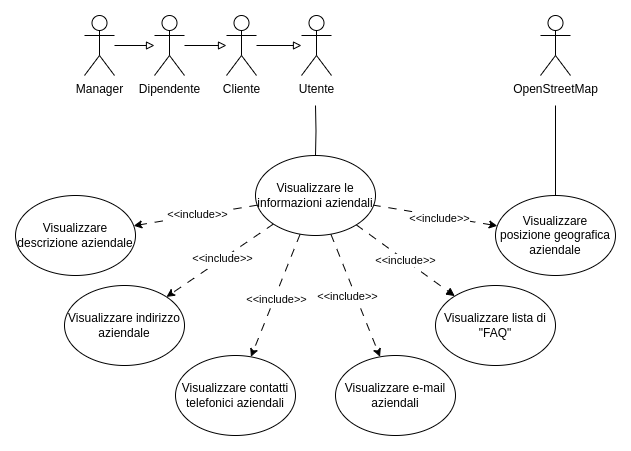
IS-FixMi/Documentation-Source keeps this draw.io diagram as second-deliverable/images/UCD/RF4_infocontatti_UCD.png. Above is the earlier version. Source tidied: cells renumbered, new cells last; positions are measured from the earlier drawing's top-left corner, leaving out a move shared by most shapes.
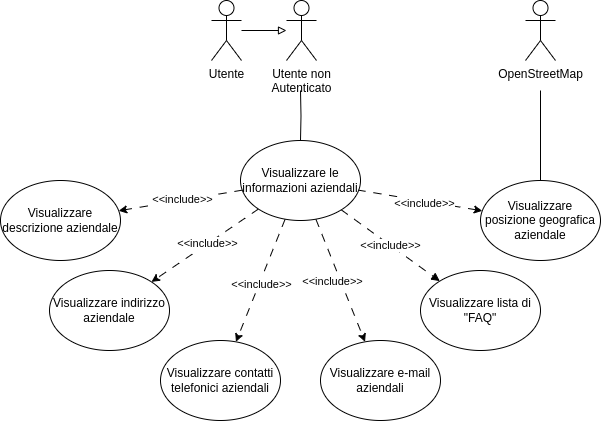
Later version of the same file.

The edit, as a diff of the source:
```diff
@@ -2,22 +2,10 @@
   <root>
     <mxCell id="0" />
     <mxCell id="1" parent="0" />
-    <mxCell id="2" style="edgeStyle=orthogonalEdgeStyle;rounded=0;jettySize=auto;html=1;endArrow=block;endFill=0;" parent="1" edge="1" source="3" target="5">
-      <mxGeometry relative="1" as="geometry" />
-    </mxCell>
-    <mxCell id="3" value="Manager" style="shape=umlActor;verticalLabelPosition=bottom;verticalAlign=top;html=1;outlineConnect=0;" parent="1" vertex="1">
-      <mxGeometry x="69" width="30" height="60" as="geometry" />
-    </mxCell>
-    <mxCell id="4" style="edgeStyle=orthogonalEdgeStyle;rounded=0;jettySize=auto;html=1;endArrow=block;endFill=0;" parent="1" edge="1" source="5" target="7">
-      <mxGeometry relative="1" as="geometry" />
-    </mxCell>
-    <mxCell id="5" value="Dipendente" style="shape=umlActor;verticalLabelPosition=bottom;verticalAlign=top;html=1;outlineConnect=0;" parent="1" vertex="1">
-      <mxGeometry x="139" width="30" height="60" as="geometry" />
-    </mxCell>
     <mxCell id="6" style="edgeStyle=orthogonalEdgeStyle;rounded=0;jettySize=auto;html=1;endArrow=block;endFill=0;" parent="1" edge="1" source="7" target="9">
       <mxGeometry relative="1" as="geometry" />
     </mxCell>
-    <mxCell id="7" value="Cliente" style="shape=umlActor;verticalLabelPosition=bottom;verticalAlign=top;html=1;outlineConnect=0;" parent="1" vertex="1">
+    <mxCell id="7" value="Utente" style="shape=umlActor;verticalLabelPosition=bottom;verticalAlign=top;html=1;outlineConnect=0;" parent="1" vertex="1">
       <mxGeometry x="211" width="30" height="60" as="geometry" />
     </mxCell>
     <mxCell id="8" style="edgeStyle=orthogonalEdgeStyle;rounded=0;jettySize=auto;html=1;endArrow=none;endFill=0;" parent="1" edge="1" target="19">
@@ -25,7 +13,7 @@
         <mxPoint x="300" y="90" as="sourcePoint" />
       </mxGeometry>
     </mxCell>
-    <mxCell id="9" value="Utente" style="shape=umlActor;verticalLabelPosition=bottom;verticalAlign=top;html=1;outlineConnect=0;" parent="1" vertex="1">
+    <mxCell id="9" value="Utente non&lt;br&gt;Autenticato" style="shape=umlActor;verticalLabelPosition=bottom;verticalAlign=top;html=1;outlineConnect=0;" parent="1" vertex="1">
       <mxGeometry x="286" width="30" height="60" as="geometry" />
     </mxCell>
     <mxCell id="10" style="rounded=0;jettySize=auto;html=1;dashed=1;dashPattern=8 8;" parent="1" edge="1" source="19" target="25">
```
